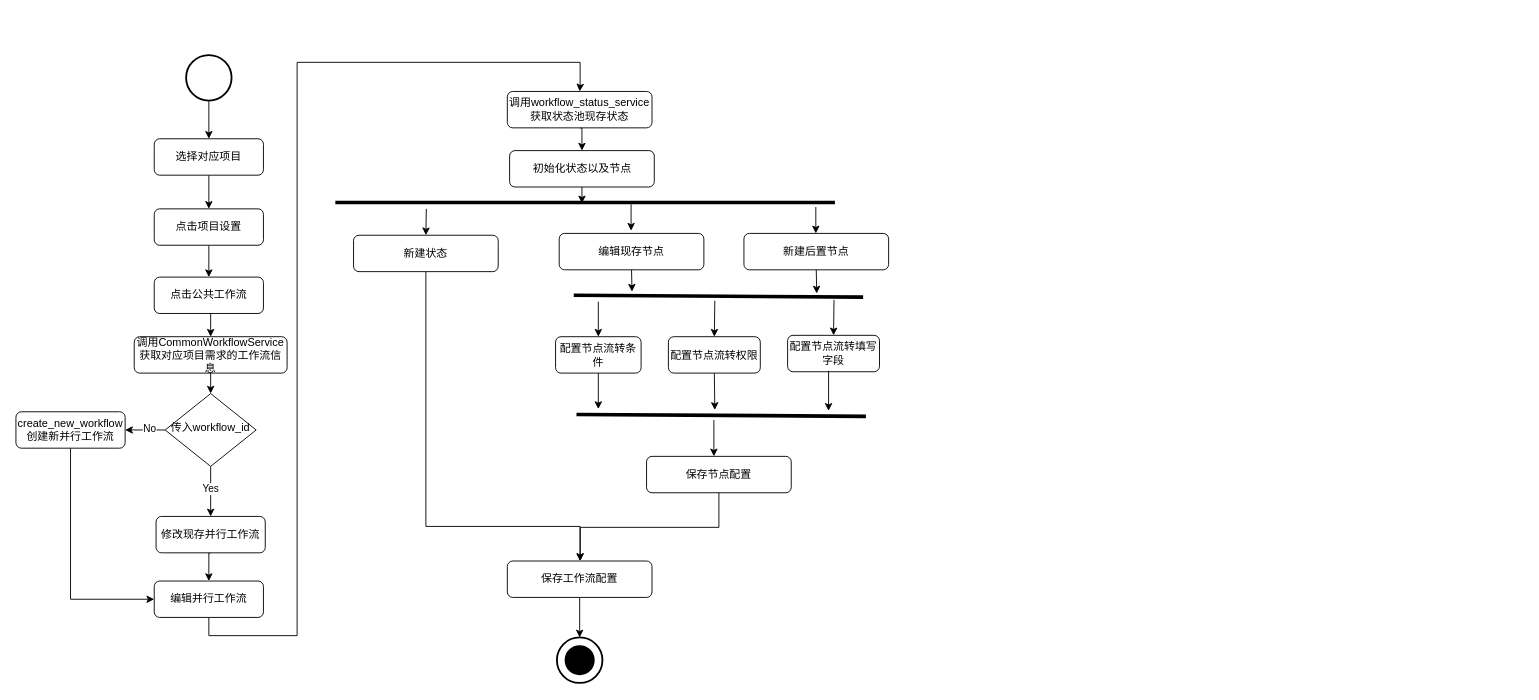
Above: 创建路线图流程图.drawio in qf2020/drawio (draw.io), before the change. Source tidied: cells renumbered, new cells numbered last; positions are measured from the earlier drawing's top-left corner, leaving out a move shared by most shapes. Both pictures are drawn from the tidied source at 91%, with x=0, y=0 at pixel (15, 55).
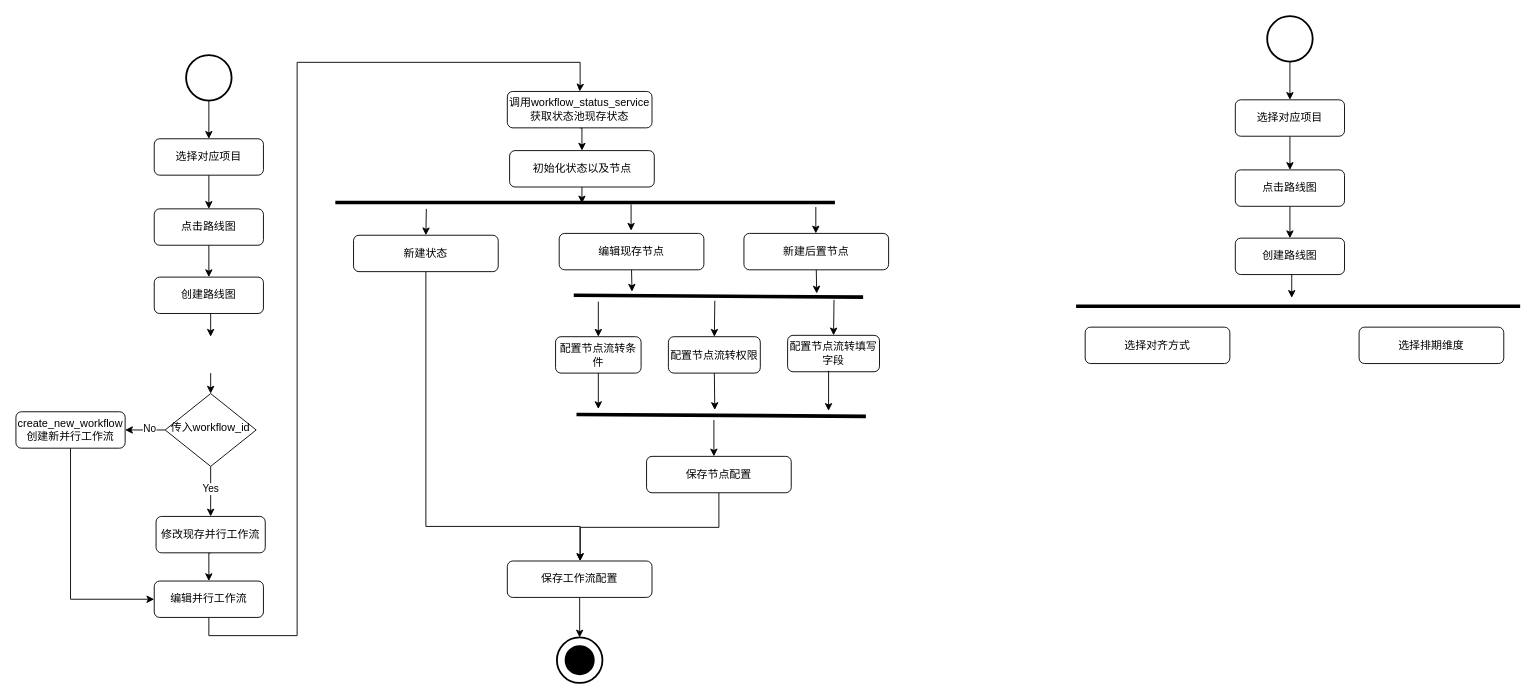
The same diagram, later.

Commit message (it also covers changes not shown here):
更新创建路线图流程图.drawio

The change refers to these unchanged cells:
```xml
<mxCell id="23" value="传入workflow_id" style="rhombus;whiteSpace=wrap;html=1;shadow=0;fontFamily=Helvetica;fontSize=12;align=center;strokeWidth=1;spacing=6;spacingTop=-4;" parent="1" vertex="1">
  <mxGeometry x="164" y="372" width="100" height="80" as="geometry" />
</mxCell>
```

Diff of the diagram source:
```diff
@@
-    <mxCell id="8" value="点击项目设置" style="rounded=1;whiteSpace=wrap;html=1;fontSize=12;glass=0;strokeWidth=1;shadow=0;" parent="1" vertex="1">
+    <mxCell id="8" value="点击路线图" style="rounded=1;whiteSpace=wrap;html=1;fontSize=12;glass=0;strokeWidth=1;shadow=0;" parent="1" vertex="1">
       <mxGeometry x="152" y="169" width="120" height="40" as="geometry" />
     </mxCell>
-    <mxCell id="9" style="edgeStyle=orthogonalEdgeStyle;rounded=0;jettySize=auto;html=1;exitX=0.5;exitY=1;exitDx=0;exitDy=0;entryX=0.5;entryY=0;entryDx=0;entryDy=0;" parent="1" edge="1" source="10" target="18">
-      <mxGeometry relative="1" as="geometry" />
+    <mxCell id="9" style="edgeStyle=orthogonalEdgeStyle;rounded=0;jettySize=auto;html=1;exitX=0.5;exitY=1;exitDx=0;exitDy=0;entryX=0.5;entryY=0;entryDx=0;entryDy=0;" parent="1" edge="1" source="10">
+      <mxGeometry relative="1" as="geometry">
+        <mxPoint x="214" y="309.5" as="targetPoint" />
+      </mxGeometry>
     </mxCell>
-    <mxCell id="10" value="点击公共工作流" style="rounded=1;whiteSpace=wrap;html=1;fontSize=12;glass=0;strokeWidth=1;shadow=0;" parent="1" vertex="1">
+    <mxCell id="10" value="创建路线图" style="rounded=1;whiteSpace=wrap;html=1;fontSize=12;glass=0;strokeWidth=1;shadow=0;" parent="1" vertex="1">
       <mxGeometry x="152" y="244" width="120" height="40" as="geometry" />
     </mxCell>
@@
-    <mxCell id="17" style="edgeStyle=orthogonalEdgeStyle;rounded=0;jettySize=auto;html=1;exitX=0.5;exitY=1;exitDx=0;exitDy=0;entryX=0.5;entryY=0;entryDx=0;entryDy=0;" parent="1" edge="1" source="18" target="23">
-      <mxGeometry relative="1" as="geometry" />
+    <mxCell id="17" style="edgeStyle=orthogonalEdgeStyle;rounded=0;jettySize=auto;html=1;exitX=0.5;exitY=1;exitDx=0;exitDy=0;entryX=0.5;entryY=0;entryDx=0;entryDy=0;" parent="1" edge="1" target="23">
+      <mxGeometry relative="1" as="geometry">
+        <mxPoint x="214" y="349.5" as="sourcePoint" />
+      </mxGeometry>
     </mxCell>
-    <mxCell id="18" value="调用CommonWorkflowService获取对应项目需求的工作流信息" style="rounded=1;whiteSpace=wrap;html=1;fontSize=12;glass=0;strokeWidth=1;shadow=0;" parent="1" vertex="1">
-      <mxGeometry x="130" y="309.5" width="168" height="40" as="geometry" />
-    </mxCell>
@@
+    <mxCell id="55" style="edgeStyle=orthogonalEdgeStyle;rounded=0;jettySize=auto;html=1;exitX=0.5;exitY=1;exitDx=0;exitDy=0;exitPerimeter=0;entryX=0.5;entryY=0;entryDx=0;entryDy=0;" parent="1" edge="1" source="56" target="58">
+      <mxGeometry relative="1" as="geometry" />
+    </mxCell>
+    <mxCell id="56" style="strokeWidth=2;html=1;shape=mxgraph.flowchart.start_2;whiteSpace=wrap;" parent="1" vertex="1">
+      <mxGeometry x="1375" y="-42.8" width="50" height="50" as="geometry" />
+    </mxCell>
+    <mxCell id="57" style="edgeStyle=orthogonalEdgeStyle;rounded=0;jettySize=auto;html=1;exitX=0.5;exitY=1;exitDx=0;exitDy=0;entryX=0.5;entryY=0;entryDx=0;entryDy=0;" parent="1" edge="1" source="58" target="60">
+      <mxGeometry relative="1" as="geometry" />
+    </mxCell>
+    <mxCell id="58" value="选择对应项目" style="rounded=1;whiteSpace=wrap;html=1;fontSize=12;glass=0;strokeWidth=1;shadow=0;" parent="1" vertex="1">
+      <mxGeometry x="1340" y="49.2" width="120" height="40" as="geometry" />
+    </mxCell>
+    <mxCell id="59" style="edgeStyle=orthogonalEdgeStyle;rounded=0;jettySize=auto;html=1;exitX=0.5;exitY=1;exitDx=0;exitDy=0;entryX=0.5;entryY=0;entryDx=0;entryDy=0;" parent="1" edge="1" source="60" target="62">
+      <mxGeometry relative="1" as="geometry" />
+    </mxCell>
+    <mxCell id="60" value="点击路线图" style="rounded=1;whiteSpace=wrap;html=1;fontSize=12;glass=0;strokeWidth=1;shadow=0;" parent="1" vertex="1">
+      <mxGeometry x="1340" y="126.2" width="120" height="40" as="geometry" />
+    </mxCell>
+    <mxCell id="61" style="edgeStyle=orthogonalEdgeStyle;rounded=0;jettySize=auto;html=1;exitX=0.5;exitY=1;exitDx=0;exitDy=0;entryX=0.5;entryY=0;entryDx=0;entryDy=0;" parent="1" edge="1" source="62">
+      <mxGeometry relative="1" as="geometry">
+        <mxPoint x="1402" y="266.8" as="targetPoint" />
+      </mxGeometry>
+    </mxCell>
+    <mxCell id="62" value="创建路线图" style="rounded=1;whiteSpace=wrap;html=1;fontSize=12;glass=0;strokeWidth=1;shadow=0;" parent="1" vertex="1">
+      <mxGeometry x="1340" y="201.2" width="120" height="40" as="geometry" />
+    </mxCell>
+    <mxCell id="63" style="endArrow=none;html=1;rounded=0;strokeWidth=4;" parent="1" edge="1">
+      <mxGeometry relative="1" as="geometry">
+        <mxPoint x="1165" y="276" as="sourcePoint" />
+        <mxPoint x="1653" y="276" as="targetPoint" />
+      </mxGeometry>
+    </mxCell>
+    <mxCell id="64" value="选择对齐方式" style="rounded=1;whiteSpace=wrap;html=1;fontSize=12;glass=0;strokeWidth=1;shadow=0;" parent="1" vertex="1">
+      <mxGeometry x="1175" y="299" width="159" height="40" as="geometry" />
+    </mxCell>
+    <mxCell id="65" value="选择排期维度" style="rounded=1;whiteSpace=wrap;html=1;fontSize=12;glass=0;strokeWidth=1;shadow=0;" parent="1" vertex="1">
+      <mxGeometry x="1476" y="299" width="159" height="40" as="geometry" />
+    </mxCell>
```
